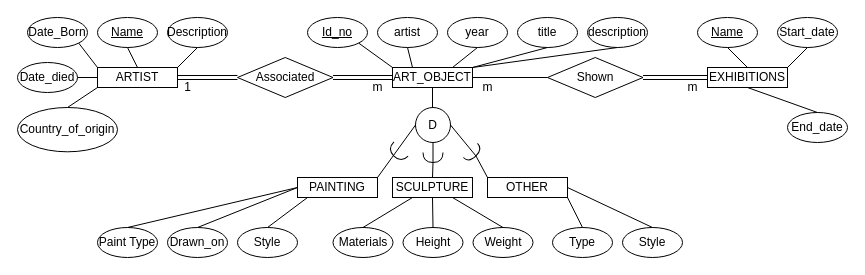
Before: CSC-174/Assignment 1.drawio in Justin-Singh125125/Fall-2021, a draw.io diagram. Source tidied: cells renumbered, new cells numbered last; positions are measured from the earlier drawing's top-left corner, leaving out a move shared by most shapes. Both pictures are drawn from the tidied source at 100%, with x=0, y=0 at pixel (17, 17).
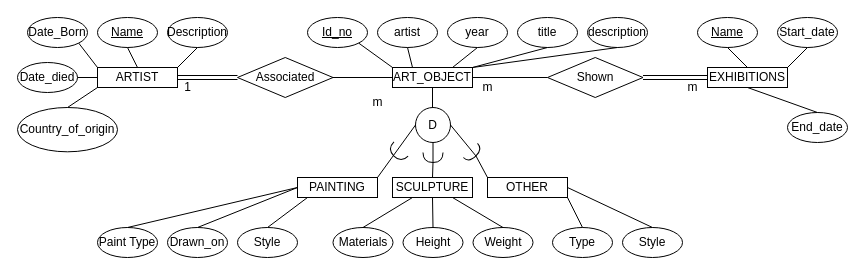
The same diagram, later.

The change refers to these unchanged cells:
```xml
<mxCell id="3" value="ART_OBJECT" style="rounded=0;whiteSpace=wrap;html=1;" parent="1" vertex="1">
  <mxGeometry x="375" y="50" width="80" height="20" as="geometry" />
</mxCell>
<mxCell id="45" value="Associated" style="shape=rhombus;perimeter=rhombusPerimeter;whiteSpace=wrap;html=1;align=center;" parent="1" vertex="1">
  <mxGeometry x="220" y="40" width="95.5" height="40" as="geometry" />
</mxCell>
```

Diff of the diagram source:
```diff
@@
-    <mxCell id="2" style="edgeStyle=orthogonalEdgeStyle;shape=link;rounded=0;jettySize=auto;html=1;exitX=0;exitY=0.5;exitDx=0;exitDy=0;" parent="1" edge="1" source="3" target="45">
-      <mxGeometry relative="1" as="geometry" />
-    </mxCell>
@@
     <mxCell id="47" value="m" style="text;html=1;align=center;verticalAlign=middle;strokeColor=none;fillColor=none;" parent="1" vertex="1">
-      <mxGeometry x="345" y="60" width="30" height="20" as="geometry" />
+      <mxGeometry x="345" y="75" width="30" height="20" as="geometry" />
     </mxCell>
@@
+    <mxCell id="71" style="endArrow=none;html=1;exitX=1;exitY=0.5;exitDx=0;exitDy=0;entryX=0;entryY=0.5;entryDx=0;entryDy=0;" parent="1" edge="1" source="45" target="3">
+      <mxGeometry relative="1" as="geometry" />
+    </mxCell>
```
